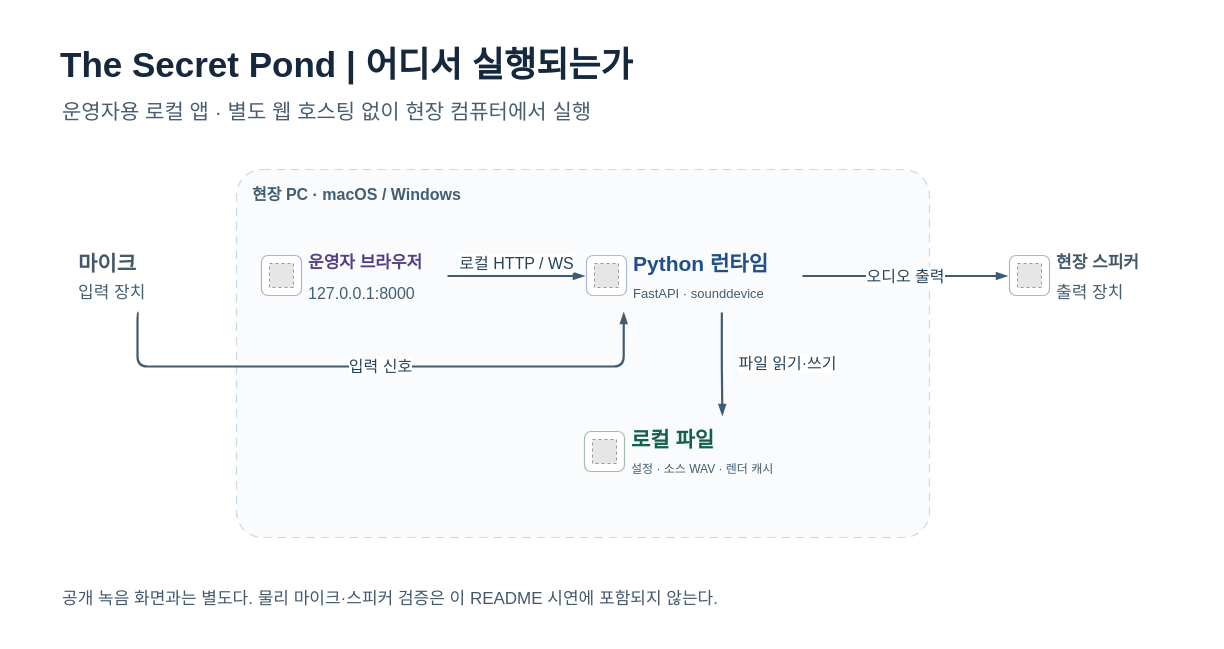
Before: docs/portfolio-readme/assets/readme/infrastructure.drawio in SungKong00/the-secret-pond-sound-system, a draw.io diagram. Source tidied: cells renumbered, new cells numbered last; positions are measured from the earlier drawing's top-left corner, leaving out a move shared by most shapes. Both pictures are drawn from the tidied source at 100%, with x=0, y=0 at pixel (17, 17). Pictures stored in the file or linked from it are replaced by grey dashed boxes.
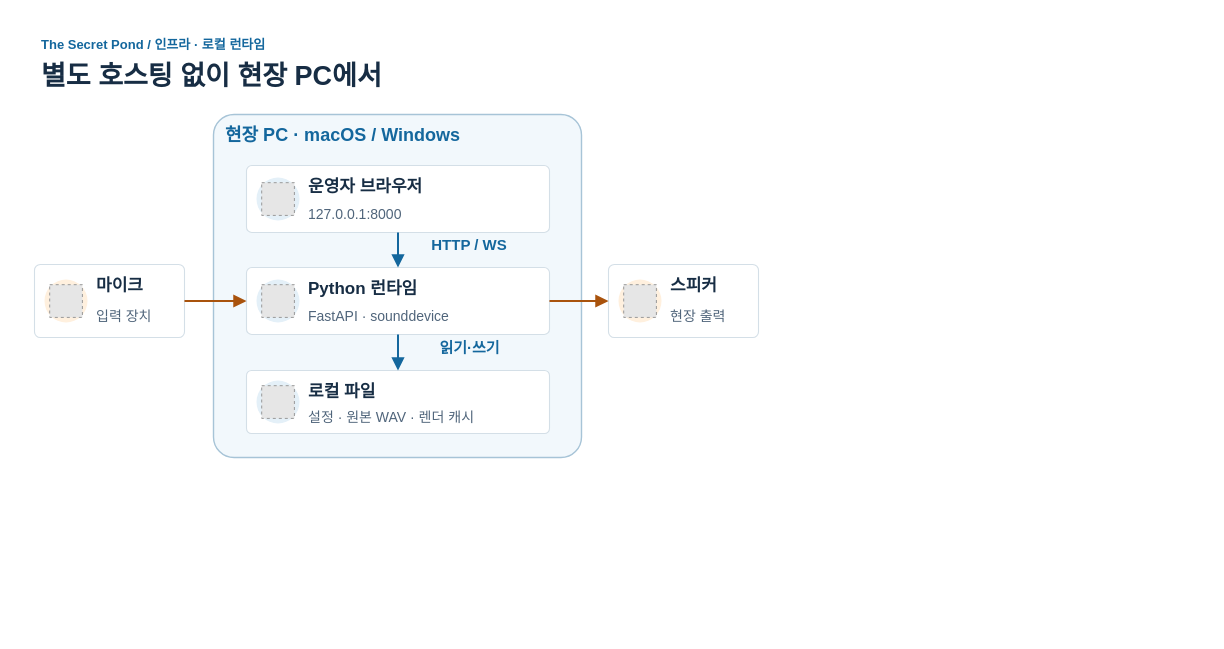
After the change.

The edit, as a diff of the source:
```diff
@@
-    <mxCell id="2" style="fillColor=#FFFFFF;strokeColor=none;selectable=0;html=0;" parent="1" vertex="1">
-      <mxGeometry width="1190" height="615" as="geometry" />
-    </mxCell>
-    <mxCell id="3" value="The Secret Pond | 어디서 실행되는가" style="text;html=0;strokeColor=none;fillColor=none;whiteSpace=wrap;align=left;verticalAlign=middle;spacing=0;fontColor=#15283D;fontSize=35;fontStyle=1;fontFamily=Arial;" parent="1" vertex="1">
-      <mxGeometry x="43" y="24" width="1105" height="45" as="geometry" />
-    </mxCell>
-    <mxCell id="4" value="운영자용 로컬 앱 · 별도 웹 호스팅 없이 현장 컴퓨터에서 실행" style="text;html=0;strokeColor=none;fillColor=none;whiteSpace=wrap;align=left;verticalAlign=middle;spacing=0;fontColor=#485D72;fontSize=21;fontStyle=0;fontFamily=Arial;" parent="1" vertex="1">
-      <mxGeometry x="45" y="74" width="1100" height="39" as="geometry" />
-    </mxCell>
+    <mxCell id="34" style="shape=rectangle;fillColor=#FFFFFF;strokeColor=none;" parent="1" vertex="1">
+      <mxGeometry width="760" height="482" as="geometry" />
+    </mxCell>
+    <mxCell id="35" value="The Secret Pond  /  인프라  ·  로컬 런타임" style="text;html=0;align=left;verticalAlign=middle;spacing=0;fontFamily=Apple SD Gothic Neo;fontSize=13;fontColor=#14679D;fontStyle=1;fillColor=none;strokeColor=none;whiteSpace=wrap;overflow=visible;" parent="1" vertex="1">
+      <mxGeometry x="24" y="17" width="712" height="20" as="geometry" />
+    </mxCell>
+    <mxCell id="36" value="별도 호스팅 없이 현장 PC에서" style="text;html=0;align=left;verticalAlign=middle;spacing=0;fontFamily=Apple SD Gothic Neo;fontSize=27;fontColor=#172D44;fontStyle=1;fillColor=none;strokeColor=none;whiteSpace=wrap;overflow=visible;" parent="1" vertex="1">
+      <mxGeometry x="24" y="41" width="712" height="36" as="geometry" />
+    </mxCell>
+    <mxCell id="37" style="rounded=1;arcSize=6;strokeWidth=1.4;strokeColor=#A7C4D7;fillColor=#F2F8FC;dashed=0;" parent="1" vertex="1">
+      <mxGeometry x="196" y="97" width="368" height="343" as="geometry" />
+    </mxCell>
-    <mxCell id="5" value="현장 PC · macOS / Windows" style="rounded=1;arcSize=7;html=0;whiteSpace=wrap;fillColor=#F8FBFD;fillOpacity=85;strokeColor=#C8DAE5;dashed=1;dashPattern=7 5;strokeWidth=1.2;align=left;verticalAlign=top;spacingLeft=14;spacingTop=9;fontSize=16;fontStyle=1;fontColor=#435D72;fontFamily=Arial;" parent="1" vertex="1">
-      <mxGeometry x="219" y="152" width="693" height="368" as="geometry" />
+    <mxCell id="5" value="현장 PC · macOS / Windows" style="text;html=0;align=left;verticalAlign=middle;spacing=0;fontFamily=Apple SD Gothic Neo;fontSize=18;fontColor=#14679D;fontStyle=1;fillColor=none;strokeColor=none;whiteSpace=wrap;overflow=visible;" parent="1" vertex="1">
+      <mxGeometry x="208" y="104" width="344" height="28" as="geometry" />
     </mxCell>
-    <mxCell id="6" style="rounded=0;fillColor=none;strokeColor=none;whiteSpace=wrap;html=0;" parent="1" vertex="1">
-      <mxGeometry x="242" y="222" width="188" height="73" as="geometry" />
+    <mxCell id="6" style="rounded=1;arcSize=8;fillColor=#FFFFFF;strokeColor=#D4DFE7;strokeWidth=1.1;" parent="1" vertex="1">
+      <mxGeometry x="229" y="148" width="303" height="67" as="geometry" />
     </mxCell>
-    <mxCell id="7" style="rounded=1;arcSize=16;fillColor=#FFFFFF;strokeColor=#B9ADD4;strokeWidth=1.2;html=0;" parent="6" vertex="1">
-      <mxGeometry x="2" y="16" width="40" height="40" as="geometry" />
-    </mxCell>
-    <mxCell id="8" style="fillColor=#E6E6E6;strokeColor=#999999;dashed=1;" parent="6" vertex="1">
-      <mxGeometry x="10" y="24" width="24" height="24" as="geometry" />
-    </mxCell>
+    <mxCell id="38" style="ellipse;fillColor=#E4F0F8;strokeColor=none;" parent="1" vertex="1">
+      <mxGeometry x="239" y="160" width="43" height="43" as="geometry" />
+    </mxCell>
+    <mxCell id="39" style="fillColor=#E6E6E6;strokeColor=#999999;dashed=1;" parent="1" vertex="1">
+      <mxGeometry x="244.2" y="165.2" width="32.7" height="32.7" as="geometry" />
+    </mxCell>
-    <mxCell id="9" value="운영자 브라우저" style="text;html=0;strokeColor=none;fillColor=none;align=left;verticalAlign=middle;whiteSpace=wrap;spacing=0;fontSize=17;fontColor=#543E83;fontStyle=1;fontFamily=Arial;" parent="6" vertex="1">
-      <mxGeometry x="49" y="9" width="134" height="29" as="geometry" />
+    <mxCell id="9" value="운영자 브라우저" style="text;html=0;align=left;verticalAlign=middle;spacing=0;fontFamily=Apple SD Gothic Neo;fontSize=17;fontColor=#172D44;fontStyle=1;fillColor=none;strokeColor=none;whiteSpace=wrap;overflow=visible;" parent="1" vertex="1">
+      <mxGeometry x="291" y="157" width="237" height="25" as="geometry" />
     </mxCell>
-    <mxCell id="10" value="127.0.0.1:8000" style="text;html=0;strokeColor=none;fillColor=none;align=left;verticalAlign=middle;whiteSpace=wrap;spacing=0;fontSize=16;fontColor=#425E70;fontStyle=0;fontFamily=Arial;" parent="6" vertex="1">
-      <mxGeometry x="49" y="37" width="134" height="33" as="geometry" />
+    <mxCell id="10" value="127.0.0.1:8000" style="text;html=0;align=left;verticalAlign=middle;spacing=0;fontFamily=Apple SD Gothic Neo;fontSize=14;fontColor=#50657B;fontStyle=0;fillColor=none;strokeColor=none;whiteSpace=wrap;overflow=visible;" parent="1" vertex="1">
+      <mxGeometry x="291" y="182" width="237" height="30" as="geometry" />
     </mxCell>
-    <mxCell id="11" style="rounded=0;fillColor=none;strokeColor=none;whiteSpace=wrap;html=0;" parent="1" vertex="1">
-      <mxGeometry x="567" y="222" width="218" height="73" as="geometry" />
-    </mxCell>
-    <mxCell id="12" style="rounded=1;arcSize=16;fillColor=#FFFFFF;strokeColor=#A7BBD8;strokeWidth=1.2;html=0;" parent="11" vertex="1">
-      <mxGeometry x="2" y="16" width="40" height="40" as="geometry" />
-    </mxCell>
-    <mxCell id="13" style="fillColor=#E6E6E6;strokeColor=#999999;dashed=1;" parent="11" vertex="1">
-      <mxGeometry x="10" y="24" width="24" height="24" as="geometry" />
-    </mxCell>
+    <mxCell id="40" style="rounded=1;arcSize=8;fillColor=#FFFFFF;strokeColor=#D4DFE7;strokeWidth=1.1;" parent="1" vertex="1">
+      <mxGeometry x="229" y="250" width="303" height="67" as="geometry" />
+    </mxCell>
+    <mxCell id="41" style="ellipse;fillColor=#E4F0F8;strokeColor=none;" parent="1" vertex="1">
+      <mxGeometry x="239" y="262" width="43" height="43" as="geometry" />
+    </mxCell>
+    <mxCell id="42" style="fillColor=#E6E6E6;strokeColor=#999999;dashed=1;" parent="1" vertex="1">
+      <mxGeometry x="244.2" y="267.2" width="32.7" height="32.7" as="geometry" />
+    </mxCell>
-    <mxCell id="14" value="Python 런타임" style="text;html=0;strokeColor=none;fillColor=none;align=left;verticalAlign=middle;whiteSpace=wrap;spacing=0;fontSize=21;fontColor=#214F87;fontStyle=1;fontFamily=Arial;" parent="11" vertex="1">
-      <mxGeometry x="49" y="9" width="164" height="29" as="geometry" />
+    <mxCell id="14" value="Python 런타임" style="text;html=0;align=left;verticalAlign=middle;spacing=0;fontFamily=Apple SD Gothic Neo;fontSize=17;fontColor=#172D44;fontStyle=1;fillColor=none;strokeColor=none;whiteSpace=wrap;overflow=visible;" parent="1" vertex="1">
+      <mxGeometry x="291" y="259" width="237" height="25" as="geometry" />
     </mxCell>
-    <mxCell id="15" value="FastAPI · sounddevice" style="text;html=0;strokeColor=none;fillColor=none;align=left;verticalAlign=middle;whiteSpace=wrap;spacing=0;fontSize=13;fontColor=#425E70;fontStyle=0;fontFamily=Arial;" parent="11" vertex="1">
-      <mxGeometry x="49" y="37" width="164" height="33" as="geometry" />
+    <mxCell id="15" value="FastAPI · sounddevice" style="text;html=0;align=left;verticalAlign=middle;spacing=0;fontFamily=Apple SD Gothic Neo;fontSize=14;fontColor=#50657B;fontStyle=0;fillColor=none;strokeColor=none;whiteSpace=wrap;overflow=visible;" parent="1" vertex="1">
+      <mxGeometry x="291" y="284" width="237" height="30" as="geometry" />
     </mxCell>
-    <mxCell id="16" style="rounded=0;fillColor=none;strokeColor=none;whiteSpace=wrap;html=0;" parent="1" vertex="1">
-      <mxGeometry x="565" y="398" width="222" height="73" as="geometry" />
-    </mxCell>
-    <mxCell id="17" style="rounded=1;arcSize=16;fillColor=#FFFFFF;strokeColor=#9FBEB1;strokeWidth=1.2;html=0;" parent="16" vertex="1">
-      <mxGeometry x="2" y="16" width="40" height="40" as="geometry" />
-    </mxCell>
-    <mxCell id="18" style="fillColor=#E6E6E6;strokeColor=#999999;dashed=1;" parent="16" vertex="1">
-      <mxGeometry x="10" y="24" width="24" height="24" as="geometry" />
-    </mxCell>
+    <mxCell id="43" style="rounded=1;arcSize=8;fillColor=#FFFFFF;strokeColor=#D4DFE7;strokeWidth=1.1;" parent="1" vertex="1">
+      <mxGeometry x="229" y="353" width="303" height="63" as="geometry" />
+    </mxCell>
+    <mxCell id="44" style="ellipse;fillColor=#E4F0F8;strokeColor=none;" parent="1" vertex="1">
+      <mxGeometry x="239" y="363" width="43" height="43" as="geometry" />
+    </mxCell>
+    <mxCell id="45" style="fillColor=#E6E6E6;strokeColor=#999999;dashed=1;" parent="1" vertex="1">
+      <mxGeometry x="244.2" y="368.2" width="32.7" height="32.7" as="geometry" />
+    </mxCell>
-    <mxCell id="19" value="로컬 파일" style="text;html=0;strokeColor=none;fillColor=none;align=left;verticalAlign=middle;whiteSpace=wrap;spacing=0;fontSize=21;fontColor=#12614F;fontStyle=1;fontFamily=Arial;" parent="16" vertex="1">
-      <mxGeometry x="49" y="9" width="168" height="29" as="geometry" />
+    <mxCell id="19" value="로컬 파일" style="text;html=0;align=left;verticalAlign=middle;spacing=0;fontFamily=Apple SD Gothic Neo;fontSize=17;fontColor=#172D44;fontStyle=1;fillColor=none;strokeColor=none;whiteSpace=wrap;overflow=visible;" parent="1" vertex="1">
+      <mxGeometry x="291" y="362" width="237" height="25" as="geometry" />
     </mxCell>
-    <mxCell id="20" value="설정 · 소스 WAV · 렌더 캐시" style="text;html=0;strokeColor=none;fillColor=none;align=left;verticalAlign=middle;whiteSpace=wrap;spacing=0;fontSize=12;fontColor=#425E70;fontStyle=0;fontFamily=Arial;" parent="16" vertex="1">
-      <mxGeometry x="49" y="37" width="168" height="33" as="geometry" />
-    </mxCell>
+    <mxCell id="46" value="설정 · 원본 WAV · 렌더 캐시" style="text;html=0;align=left;verticalAlign=middle;spacing=0;fontFamily=Apple SD Gothic Neo;fontSize=14;fontColor=#50657B;fontStyle=0;fillColor=none;strokeColor=none;whiteSpace=wrap;overflow=visible;" parent="1" vertex="1">
+      <mxGeometry x="291" y="387" width="237" height="26" as="geometry" />
+    </mxCell>
-    <mxCell id="21" style="rounded=0;fillColor=none;strokeColor=none;whiteSpace=wrap;html=0;" parent="1" vertex="1">
-      <mxGeometry x="52" y="222" width="138" height="73" as="geometry" />
+    <mxCell id="21" style="rounded=1;arcSize=8;fillColor=#FFFFFF;strokeColor=#D4DFE7;strokeWidth=1.1;" parent="1" vertex="1">
+      <mxGeometry x="17" y="247" width="150" height="73" as="geometry" />
     </mxCell>
+    <mxCell id="47" style="ellipse;fillColor=#FFF0DE;strokeColor=none;" parent="1" vertex="1">
+      <mxGeometry x="27" y="262" width="43" height="43" as="geometry" />
+    </mxCell>
+    <mxCell id="48" style="fillColor=#E6E6E6;strokeColor=#999999;dashed=1;" parent="1" vertex="1">
+      <mxGeometry x="32.2" y="267.2" width="32.7" height="32.7" as="geometry" />
+    </mxCell>
-    <mxCell id="22" value="마이크" style="text;html=0;strokeColor=none;fillColor=none;align=left;verticalAlign=middle;whiteSpace=wrap;spacing=0;fontSize=21;fontColor=#435968;fontStyle=1;fontFamily=Arial;" parent="21" vertex="1">
-      <mxGeometry x="9" y="9" width="124" height="29" as="geometry" />
+    <mxCell id="22" value="마이크" style="text;html=0;align=left;verticalAlign=middle;spacing=0;fontFamily=Apple SD Gothic Neo;fontSize=17;fontColor=#172D44;fontStyle=1;fillColor=none;strokeColor=none;whiteSpace=wrap;overflow=visible;" parent="1" vertex="1">
+      <mxGeometry x="79" y="256" width="84" height="25" as="geometry" />
     </mxCell>
-    <mxCell id="23" value="입력 장치" style="text;html=0;strokeColor=none;fillColor=none;align=left;verticalAlign=middle;whiteSpace=wrap;spacing=0;fontSize=17;fontColor=#425E70;fontStyle=0;fontFamily=Arial;" parent="21" vertex="1">
-      <mxGeometry x="9" y="37" width="124" height="33" as="geometry" />
+    <mxCell id="23" value="입력 장치" style="text;html=0;align=left;verticalAlign=middle;spacing=0;fontFamily=Apple SD Gothic Neo;fontSize=14;fontColor=#50657B;fontStyle=0;fillColor=none;strokeColor=none;whiteSpace=wrap;overflow=visible;" parent="1" vertex="1">
+      <mxGeometry x="79" y="281" width="84" height="36" as="geometry" />
     </mxCell>
-    <mxCell id="24" style="rounded=0;fillColor=none;strokeColor=none;whiteSpace=wrap;html=0;" parent="1" vertex="1">
-      <mxGeometry x="990" y="222" width="153" height="73" as="geometry" />
+    <mxCell id="24" style="rounded=1;arcSize=8;fillColor=#FFFFFF;strokeColor=#D4DFE7;strokeWidth=1.1;" parent="1" vertex="1">
+      <mxGeometry x="591" y="247" width="150" height="73" as="geometry" />
     </mxCell>
-    <mxCell id="25" style="rounded=1;arcSize=16;fillColor=#FFFFFF;strokeColor=#ABB7C1;strokeWidth=1.2;html=0;" parent="24" vertex="1">
-      <mxGeometry x="2" y="16" width="40" height="40" as="geometry" />
-    </mxCell>
-    <mxCell id="26" style="fillColor=#E6E6E6;strokeColor=#999999;dashed=1;" parent="24" vertex="1">
-      <mxGeometry x="10" y="24" width="24" height="24" as="geometry" />
-    </mxCell>
-    <mxCell id="27" value="현장 스피커" style="text;html=0;strokeColor=none;fillColor=none;align=left;verticalAlign=middle;whiteSpace=wrap;spacing=0;fontSize=17;fontColor=#435968;fontStyle=1;fontFamily=Arial;" parent="24" vertex="1">
-      <mxGeometry x="49" y="9" width="99" height="29" as="geometry" />
-    </mxCell>
-    <mxCell id="28" value="출력 장치" style="text;html=0;strokeColor=none;fillColor=none;align=left;verticalAlign=middle;whiteSpace=wrap;spacing=0;fontSize=17;fontColor=#425E70;fontStyle=0;fontFamily=Arial;" parent="24" vertex="1">
-      <mxGeometry x="49" y="37" width="99" height="33" as="geometry" />
-    </mxCell>
-    <mxCell id="29" value="로컬 HTTP / WS" style="edgeStyle=orthogonalEdgeStyle;rounded=1;jettySize=auto;html=1;endArrow=blockThin;endFill=1;strokeColor=#415C70;strokeWidth=2.2;fontColor=#24435A;fontSize=16;labelBackgroundColor=#FFFFFF;labelPadding=2;fontFamily=Arial;exitX=1;exitY=0.5;exitDx=0;exitDy=0;entryX=0;entryY=0.5;entryDx=0;entryDy=0;" parent="1" edge="1" source="6" target="11">
-      <mxGeometry relative="1" as="geometry">
-        <mxPoint y="-13" as="offset" />
-      </mxGeometry>
-    </mxCell>
-    <mxCell id="30" value="파일 읽기·쓰기" style="edgeStyle=orthogonalEdgeStyle;rounded=1;jettySize=auto;html=1;endArrow=blockThin;endFill=1;strokeColor=#415C70;strokeWidth=2.2;fontColor=#24435A;fontSize=16;labelBackgroundColor=#FFFFFF;labelPadding=2;fontFamily=Arial;exitX=0.63;exitY=1;exitDx=0;exitDy=0;entryX=0.63;entryY=0;entryDx=0;entryDy=0;" parent="1" edge="1" source="11" target="16">
-      <mxGeometry relative="1" as="geometry">
-        <mxPoint x="65" as="offset" />
-      </mxGeometry>
-    </mxCell>
-    <mxCell id="31" value="입력 신호" style="edgeStyle=orthogonalEdgeStyle;rounded=1;jettySize=auto;html=1;endArrow=blockThin;endFill=1;strokeColor=#415C70;strokeWidth=2.2;fontColor=#24435A;fontSize=16;labelBackgroundColor=#FFFFFF;labelPadding=2;fontFamily=Arial;exitX=0.5;exitY=1;exitDx=0;exitDy=0;entryX=0.18;entryY=1;entryDx=0;entryDy=0;" parent="1" edge="1" source="21" target="11">
-      <mxGeometry relative="1" as="geometry">
-        <Array as="points">
-          <mxPoint x="120" y="349" />
-          <mxPoint x="606" y="349" />
-        </Array>
-      </mxGeometry>
-    </mxCell>
-    <mxCell id="32" value="오디오 출력" style="edgeStyle=orthogonalEdgeStyle;rounded=1;jettySize=auto;html=1;endArrow=blockThin;endFill=1;strokeColor=#415C70;strokeWidth=2.2;fontColor=#24435A;fontSize=16;labelBackgroundColor=#FFFFFF;labelPadding=2;fontFamily=Arial;exitX=1;exitY=0.5;exitDx=0;exitDy=0;entryX=0;entryY=0.5;entryDx=0;entryDy=0;" parent="1" edge="1" source="11" target="24">
-      <mxGeometry relative="1" as="geometry" />
-    </mxCell>
-    <mxCell id="33" value="공개 녹음 화면과는 별도다. 물리 마이크·스피커 검증은 이 README 시연에 포함되지 않는다." style="text;html=0;strokeColor=none;fillColor=none;whiteSpace=wrap;align=left;verticalAlign=middle;spacing=0;fontColor=#43586D;fontSize=17;fontStyle=0;fontFamily=Arial;" parent="1" vertex="1">
-      <mxGeometry x="45" y="563" width="1100" height="38" as="geometry" />
-    </mxCell>
+    <mxCell id="49" style="ellipse;fillColor=#FFF0DE;strokeColor=none;" parent="1" vertex="1">
+      <mxGeometry x="601" y="262" width="43" height="43" as="geometry" />
+    </mxCell>
+    <mxCell id="50" style="fillColor=#E6E6E6;strokeColor=#999999;dashed=1;" parent="1" vertex="1">
+      <mxGeometry x="606.2" y="267.2" width="32.7" height="32.7" as="geometry" />
+    </mxCell>
+    <mxCell id="51" value="스피커" style="text;html=0;align=left;verticalAlign=middle;spacing=0;fontFamily=Apple SD Gothic Neo;fontSize=17;fontColor=#172D44;fontStyle=1;fillColor=none;strokeColor=none;whiteSpace=wrap;overflow=visible;" parent="1" vertex="1">
+      <mxGeometry x="653" y="256" width="84" height="25" as="geometry" />
+    </mxCell>
+    <mxCell id="52" value="현장 출력" style="text;html=0;align=left;verticalAlign=middle;spacing=0;fontFamily=Apple SD Gothic Neo;fontSize=14;fontColor=#50657B;fontStyle=0;fillColor=none;strokeColor=none;whiteSpace=wrap;overflow=visible;" parent="1" vertex="1">
+      <mxGeometry x="653" y="281" width="84" height="36" as="geometry" />
+    </mxCell>
+    <mxCell id="53" style="edgeStyle=orthogonalEdgeStyle;rounded=0;html=0;strokeColor=#14679D;strokeWidth=2;endArrow=block;endFill=1;endSize=8;dashed=0;dashPattern=5 5;exitX=0.5;exitY=1;entryX=0.5;entryY=0;exitPerimeter=0;entryPerimeter=0;" parent="1" edge="1" source="6" target="40">
+      <mxGeometry relative="1" as="geometry" />
+    </mxCell>
+    <mxCell id="54" style="edgeStyle=orthogonalEdgeStyle;rounded=0;html=0;strokeColor=#14679D;strokeWidth=2;endArrow=block;endFill=1;endSize=8;dashed=0;dashPattern=5 5;exitX=0.5;exitY=1;entryX=0.5;entryY=0;exitPerimeter=0;entryPerimeter=0;" parent="1" edge="1" source="40" target="43">
+      <mxGeometry relative="1" as="geometry" />
+    </mxCell>
+    <mxCell id="55" style="edgeStyle=orthogonalEdgeStyle;rounded=0;html=0;strokeColor=#A9530D;strokeWidth=2;endArrow=block;endFill=1;endSize=8;dashed=0;dashPattern=5 5;exitX=1;exitY=0.5;entryX=0;entryY=0.5;exitPerimeter=0;entryPerimeter=0;" parent="1" edge="1" source="21" target="40">
+      <mxGeometry relative="1" as="geometry" />
+    </mxCell>
+    <mxCell id="56" style="edgeStyle=orthogonalEdgeStyle;rounded=0;html=0;strokeColor=#A9530D;strokeWidth=2;endArrow=block;endFill=1;endSize=8;dashed=0;dashPattern=5 5;exitX=1;exitY=0.5;entryX=0;entryY=0.5;exitPerimeter=0;entryPerimeter=0;" parent="1" edge="1" source="40" target="24">
+      <mxGeometry relative="1" as="geometry" />
+    </mxCell>
+    <mxCell id="57" value="HTTP / WS" style="text;html=0;align=center;verticalAlign=middle;spacing=0;fontFamily=Apple SD Gothic Neo;fontSize=15;fontColor=#14679D;fontStyle=1;fillColor=none;strokeColor=none;whiteSpace=wrap;overflow=visible;" parent="1" vertex="1">
+      <mxGeometry x="392" y="216" width="120" height="22" as="geometry" />
+    </mxCell>
+    <mxCell id="58" value="읽기·쓰기" style="text;html=0;align=center;verticalAlign=middle;spacing=0;fontFamily=Apple SD Gothic Neo;fontSize=15;fontColor=#14679D;fontStyle=1;fillColor=none;strokeColor=none;whiteSpace=wrap;overflow=visible;" parent="1" vertex="1">
+      <mxGeometry x="393" y="319" width="119" height="22" as="geometry" />
+    </mxCell>
```
